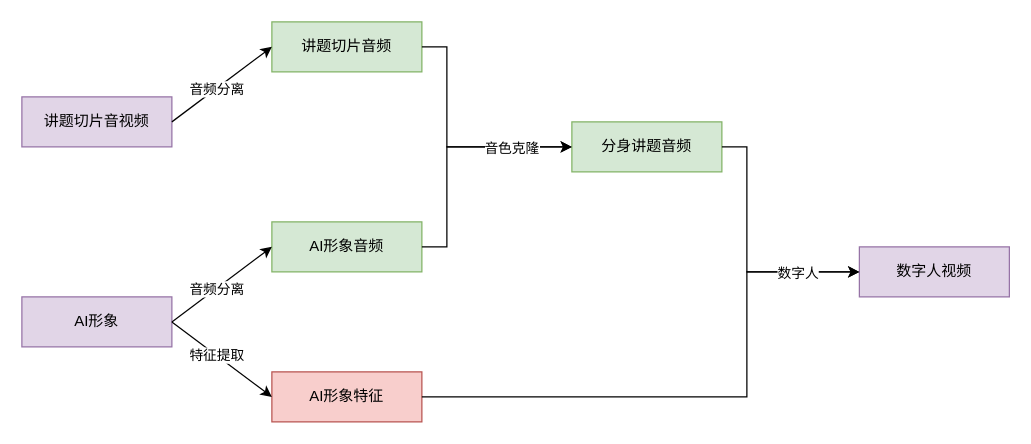
This is page "第 1 页" (1 of 3) of draw.io/数字人1.drawio from straicat/netdisk, a draw.io file, before an edit. Source tidied: cells renumbered, new cells numbered last; positions are measured from the earlier drawing's top-left corner, leaving out a move shared by most shapes. Both pictures are drawn from the tidied source at 125%, with x=0, y=0 at pixel (21, 21).
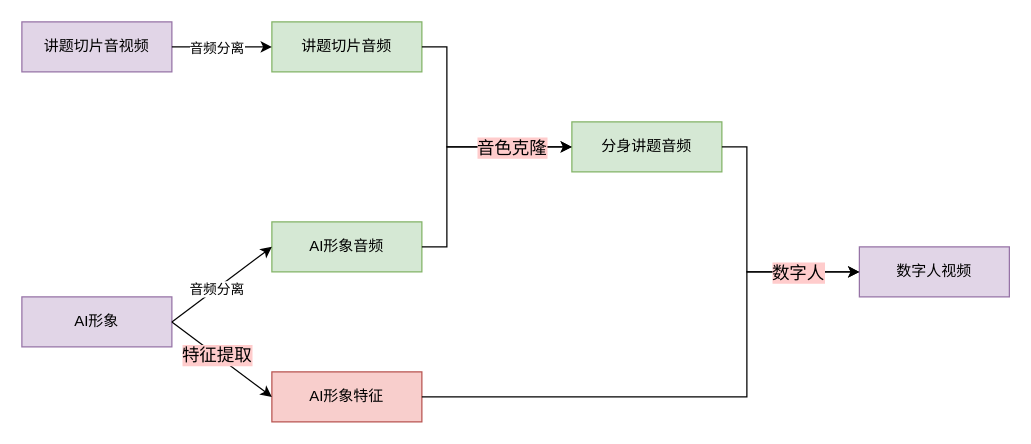
The same page after the edit.

Commit message:
更新数字人1.drawio

The change refers to these unchanged cells:
```xml
<mxCell id="14" style="endArrow=classic;html=1;rounded=0;exitX=1;exitY=0.5;exitDx=0;exitDy=0;entryX=0;entryY=0.5;entryDx=0;entryDy=0;" parent="1" edge="1" source="7" target="6">
  <mxGeometry relative="1" as="geometry">
    <Array as="points">
      <mxPoint x="340" y="180" />
      <mxPoint x="340" y="100" />
    </Array>
  </mxGeometry>
</mxCell>
<mxCell id="16" style="endArrow=classic;html=1;rounded=0;exitX=1;exitY=0.5;exitDx=0;exitDy=0;entryX=0;entryY=0.5;entryDx=0;entryDy=0;" parent="1" edge="1" source="3" target="4">
  <mxGeometry relative="1" as="geometry" />
</mxCell>
<mxCell id="19" style="endArrow=classic;html=1;rounded=0;exitX=1;exitY=0.5;exitDx=0;exitDy=0;entryX=0;entryY=0.5;entryDx=0;entryDy=0;" parent="1" edge="1" source="4" target="8">
  <mxGeometry relative="1" as="geometry">
    <Array as="points">
      <mxPoint x="580" y="300" />
      <mxPoint x="580" y="200" />
    </Array>
  </mxGeometry>
</mxCell>
```

Diff of the diagram source:
```diff
@@
     <mxCell id="2" value="讲题切片音视频" style="rounded=0;whiteSpace=wrap;html=1;fillColor=#e1d5e7;strokeColor=#9673a6;" parent="1" vertex="1">
-      <mxGeometry y="60" width="120" height="40" as="geometry" />
+      <mxGeometry width="120" height="40" as="geometry" />
     </mxCell>
@@
-    <mxCell id="15" value="音色克隆" style="edgeLabel;html=1;align=center;verticalAlign=middle;" parent="14" vertex="1">
+    <mxCell id="15" value="音色克隆" style="edgeLabel;html=1;align=center;verticalAlign=middle;fontSize=14;labelBackgroundColor=#FFCCCC;" parent="14" vertex="1">
       <mxGeometry x="0.28" y="1" relative="1" as="geometry">
         <mxPoint x="23" y="1" as="offset" />
       </mxGeometry>
     </mxCell>
@@
-    <mxCell id="17" value="特征提取" style="edgeLabel;html=1;align=center;verticalAlign=middle;" parent="16" vertex="1">
+    <mxCell id="17" value="特征提取" style="edgeLabel;html=1;align=center;verticalAlign=middle;fontSize=14;labelBackgroundColor=#FFCCCC;" parent="16" vertex="1">
       <mxGeometry x="-0.13" relative="1" as="geometry" />
     </mxCell>
@@
-    <mxCell id="20" value="数字人" style="edgeLabel;html=1;align=center;verticalAlign=middle;" parent="19" vertex="1">
+    <mxCell id="20" value="数字人" style="edgeLabel;html=1;align=center;verticalAlign=middle;fontSize=14;labelBackgroundColor=#FFCCCC;" parent="19" vertex="1">
       <mxGeometry x="0.68" y="-1" relative="1" as="geometry">
         <mxPoint x="22" y="-1" as="offset" />
       </mxGeometry>
     </mxCell>
```
